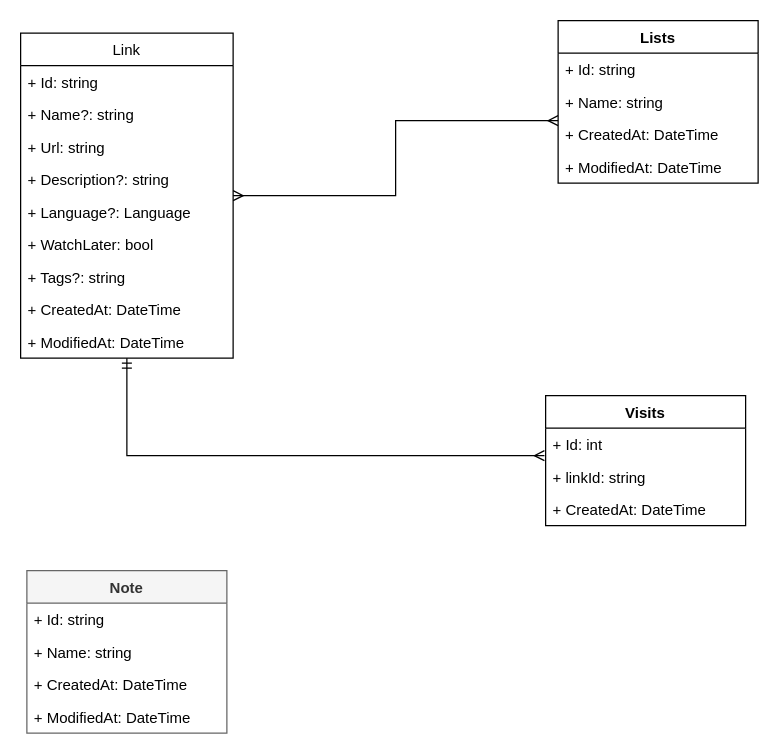
Before: page "CLI Class Diagram" (7 of 7) of docs/Linker.drawio in data-miner00/Linker, a draw.io diagram. Source tidied: cells renumbered, new cells numbered last; positions are measured from the earlier drawing's top-left corner, leaving out a move shared by most shapes. Both pictures are drawn from the tidied source at 125%, with x=0, y=0 at pixel (20, 20).
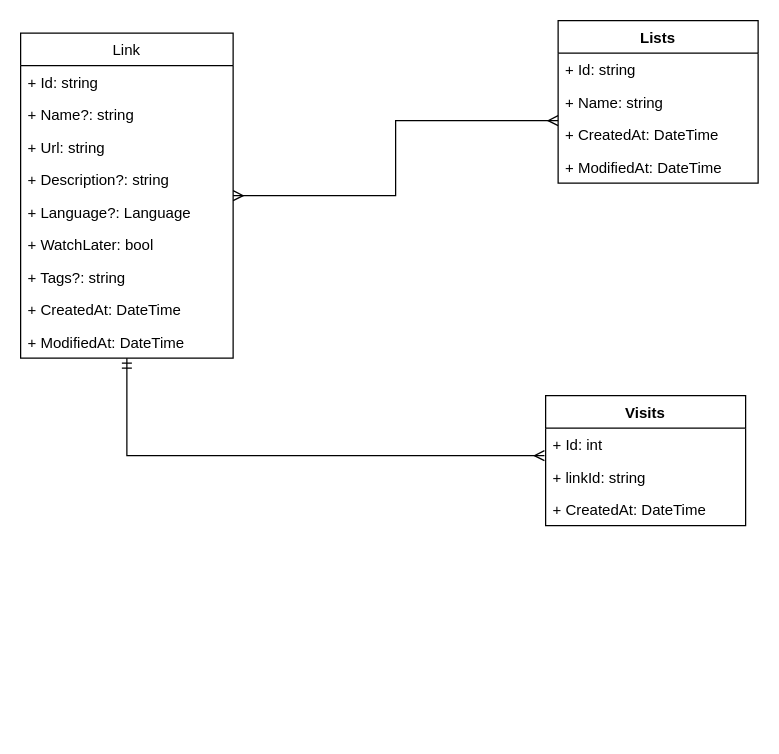
After the change.

The edit, as a diff of the source:
```diff
@@
-    <mxCell id="23" value="Note" style="swimlane;fontStyle=1;align=center;verticalAlign=top;horizontal=1;startSize=26;fillColor=#f5f5f5;strokeColor=#666666;fontColor=#333333;" parent="1" vertex="1">
-      <mxGeometry x="5" y="440" width="160" height="130" as="geometry" />
-    </mxCell>
-    <mxCell id="24" value="+ Id: string" style="text;strokeColor=none;fillColor=none;align=left;verticalAlign=top;spacingLeft=4;spacingRight=4;overflow=hidden;" parent="23" vertex="1">
-      <mxGeometry y="26" width="160" height="26" as="geometry" />
-    </mxCell>
-    <mxCell id="25" value="+ Name: string" style="text;strokeColor=none;fillColor=none;align=left;verticalAlign=top;spacingLeft=4;spacingRight=4;overflow=hidden;" parent="23" vertex="1">
-      <mxGeometry y="52" width="160" height="26" as="geometry" />
-    </mxCell>
-    <mxCell id="26" value="+ CreatedAt: DateTime" style="text;strokeColor=none;fillColor=none;align=left;verticalAlign=top;spacingLeft=4;spacingRight=4;overflow=hidden;" parent="23" vertex="1">
-      <mxGeometry y="78" width="160" height="26" as="geometry" />
-    </mxCell>
-    <mxCell id="27" value="+ ModifiedAt: DateTime" style="text;strokeColor=none;fillColor=none;align=left;verticalAlign=top;spacingLeft=4;spacingRight=4;overflow=hidden;" parent="23" vertex="1">
-      <mxGeometry y="104" width="160" height="26" as="geometry" />
-    </mxCell>
```
